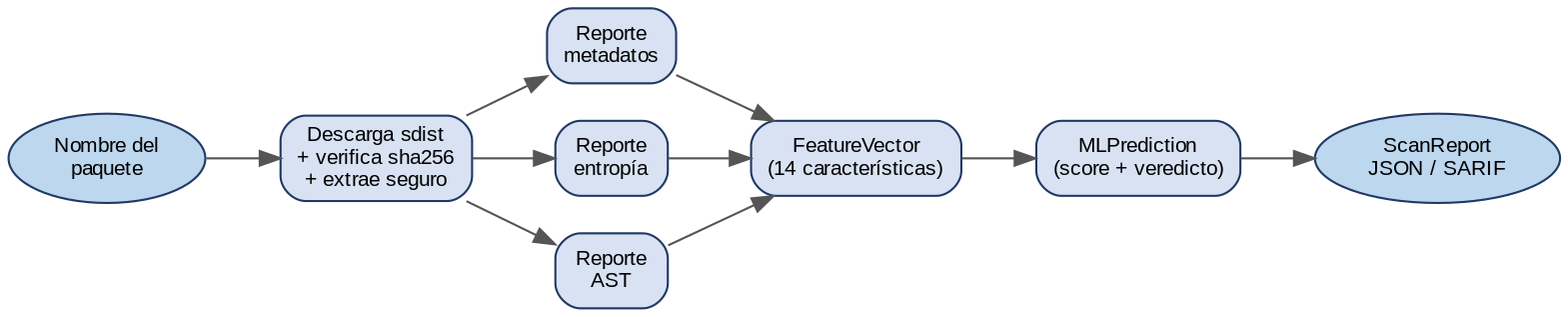
Before: docs/diagrams/flujo.png, a diagram exported from Graphviz (GjuanETH/PyScan). Its source is kept beside it as docs/diagrams/flujo.dot. Source of this version:
```dot
digraph G {
  rankdir=LR; bgcolor="white";
  node [shape=box style="rounded,filled" fontname="Arial" fontsize=10 color="#1F3864" fillcolor="#D9E2F3"];
  edge [fontname="Arial" fontsize=9 color="#555555"];

  In [label="Nombre del\npaquete", shape=ellipse fillcolor="#BDD7EE"];
  Fetch [label="Descarga sdist\n+ verifica sha256\n+ extrae seguro"];
  Meta [label="Reporte\nmetadatos"];
  Ent [label="Reporte\nentropía"];
  AST [label="Reporte\nAST"];
  FV [label="FeatureVector\n(14 características)"];
  ML [label="MLPrediction\n(score + veredicto)"];
  Out [label="ScanReport\nJSON / SARIF", shape=ellipse fillcolor="#BDD7EE"];

  In -> Fetch;
  Fetch -> Meta; Fetch -> Ent; Fetch -> AST;
  Meta -> FV; Ent -> FV; AST -> FV;
  FV -> ML -> Out;
}
```
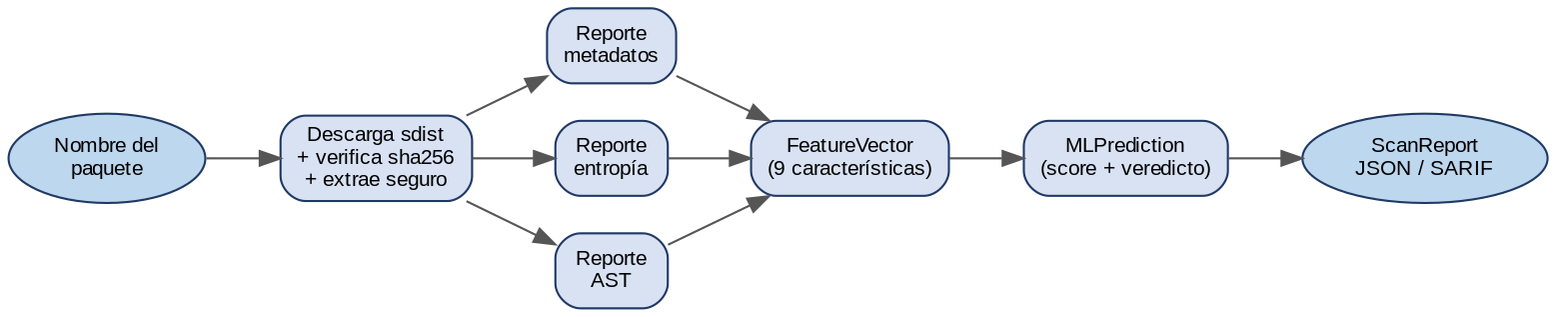
Later version of the same file.

Commit message:
docs(diagramas): FeatureVector de 9 características en flujo y dominio (Figuras 3.2 y 3.5)

What changed in the source:
```diff
@@ -8,7 +8,7 @@
   Meta [label="Reporte\nmetadatos"];
   Ent [label="Reporte\nentropía"];
   AST [label="Reporte\nAST"];
-  FV [label="FeatureVector\n(14 características)"];
+  FV [label="FeatureVector\n(9 características)"];
   ML [label="MLPrediction\n(score + veredicto)"];
   Out [label="ScanReport\nJSON / SARIF", shape=ellipse fillcolor="#BDD7EE"];
 
```
